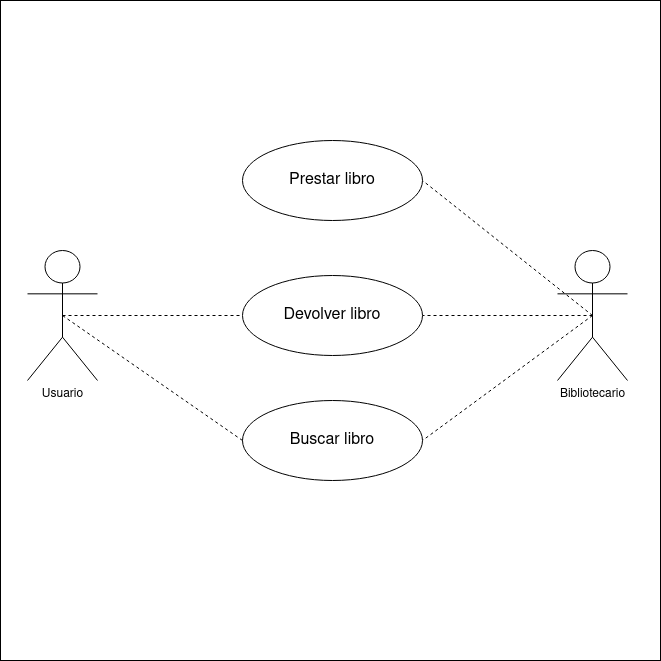
Earlier version of the draw.io export casos de uso biblioteca.drawio.png (GermanOjeda/Tarea-ETS). Source tidied: cells renumbered, new cells last; positions are measured from the earlier drawing's top-left corner, leaving out a move shared by most shapes.
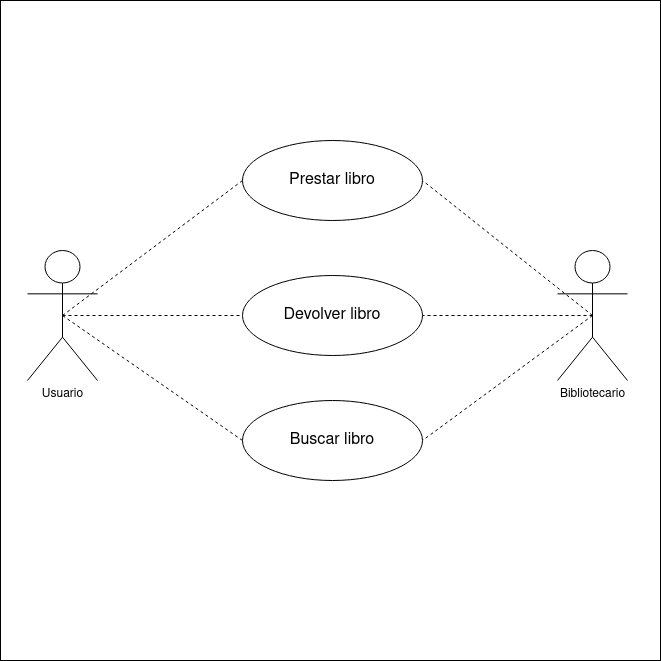
After the commit.

Change to the diagram source:
```diff
@@ -5,6 +5,9 @@
     <mxCell id="2" style="whiteSpace=wrap;html=1;" parent="1" vertex="1">
       <mxGeometry width="660" height="660" as="geometry" />
     </mxCell>
+    <mxCell id="13" style="rounded=0;jettySize=auto;html=1;exitX=0.5;exitY=0.5;exitDx=0;exitDy=0;exitPerimeter=0;entryX=0;entryY=0.5;entryDx=0;entryDy=0;endArrow=none;endFill=0;dashed=1;" parent="1" edge="1" source="4" target="9">
+      <mxGeometry relative="1" as="geometry" />
+    </mxCell>
     <mxCell id="3" style="rounded=0;jettySize=auto;html=1;exitX=0.5;exitY=0.5;exitDx=0;exitDy=0;exitPerimeter=0;entryX=0;entryY=0.5;entryDx=0;entryDy=0;endArrow=none;endFill=0;dashed=1;" parent="1" edge="1" source="4" target="10">
       <mxGeometry relative="1" as="geometry" />
     </mxCell>
```
